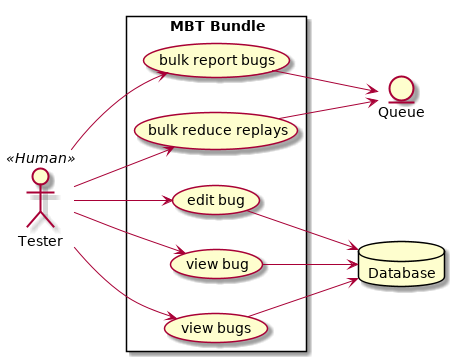
This is diagrams/bugs/use-case.png from tienvx/mbt-assets, a PlantUML export, as it was before one commit. The source it was exported from:
```plantuml
@startuml

left to right direction
skinparam packageStyle rectangle

actor Tester as tester << Human >>
database Database as database
entity Queue as queue

rectangle "MBT Bundle" {
  tester --> (bulk report bugs)
  tester --> (bulk reduce replays)
  tester --> (edit bug)
  tester --> (view bug)
  tester --> (view bugs)
  (bulk report bugs) --> queue
  (bulk reduce replays) --> queue
  (edit bug) --> database
  (view bug) --> database
  (view bugs) --> database
}

@enduml
```
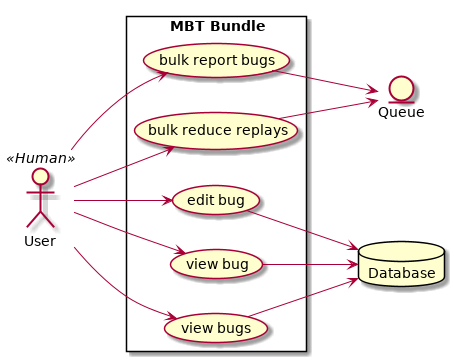
Later version of the same file.

What changed in the source:
```diff
@@ -3,16 +3,16 @@
 left to right direction
 skinparam packageStyle rectangle
 
-actor Tester as tester << Human >>
+actor User as user << Human >>
 database Database as database
 entity Queue as queue
 
 rectangle "MBT Bundle" {
-  tester --> (bulk report bugs)
-  tester --> (bulk reduce replays)
-  tester --> (edit bug)
-  tester --> (view bug)
-  tester --> (view bugs)
+  user --> (bulk report bugs)
+  user --> (bulk reduce replays)
+  user --> (edit bug)
+  user --> (view bug)
+  user --> (view bugs)
   (bulk report bugs) --> queue
   (bulk reduce replays) --> queue
   (edit bug) --> database
```
